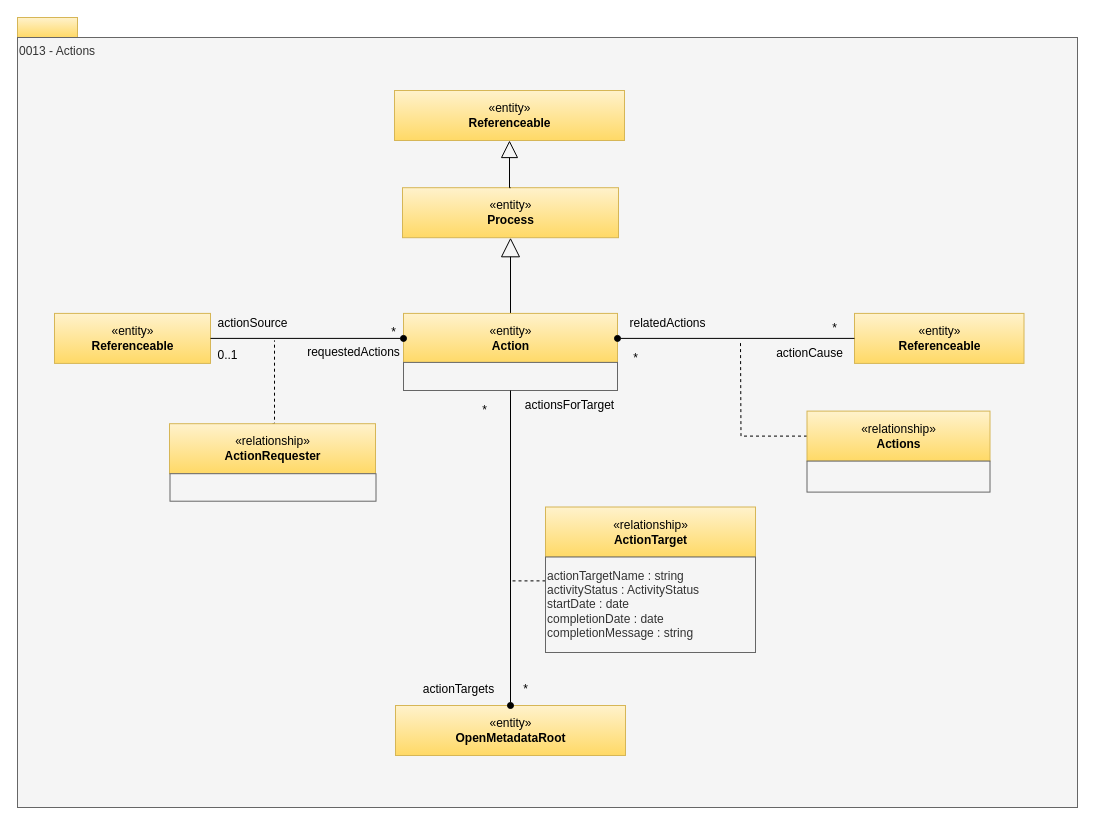
Above: page "0013-Actions" (7 of 32) of site/docs/types/0/area-0-basic-types-and-infrastructure.drawio in odpi/egeria-docs (draw.io), before the change. Source tidied: cells renumbered, new cells numbered last; positions are measured from the earlier drawing's top-left corner, leaving out a move shared by most shapes. Both pictures are drawn from the tidied source at 100%, with x=0, y=0 at pixel (17, 17).
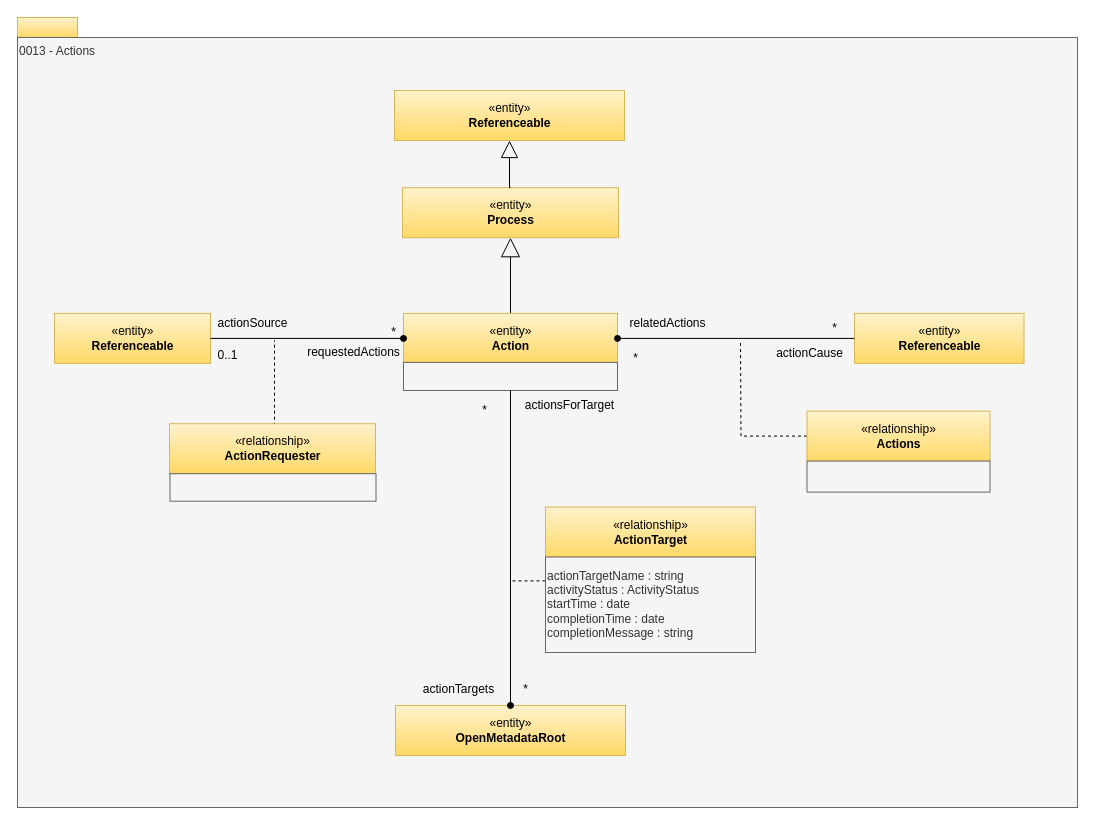
Above is the later version.

What changed in the source:
```diff
@@
-    <mxCell id="22" value="actionTargetName : string&lt;br&gt;activityStatus : ActivityStatus&lt;br&gt;startDate : date&lt;br&gt;completionDate : date&lt;br&gt;completionMessage : string" style="rounded=0;whiteSpace=wrap;html=1;strokeColor=#666666;align=left;fillColor=#f5f5f5;fontColor=#333333;" parent="1" vertex="1">
+    <mxCell id="22" value="actionTargetName : string&lt;br&gt;activityStatus : ActivityStatus&lt;br&gt;startTime : date&lt;br&gt;completionTime : date&lt;br&gt;completionMessage : string" style="rounded=0;whiteSpace=wrap;html=1;strokeColor=#666666;align=left;fillColor=#f5f5f5;fontColor=#333333;" parent="1" vertex="1">
       <mxGeometry x="528" y="539.5" width="210" height="95.5" as="geometry" />
     </mxCell>
```
